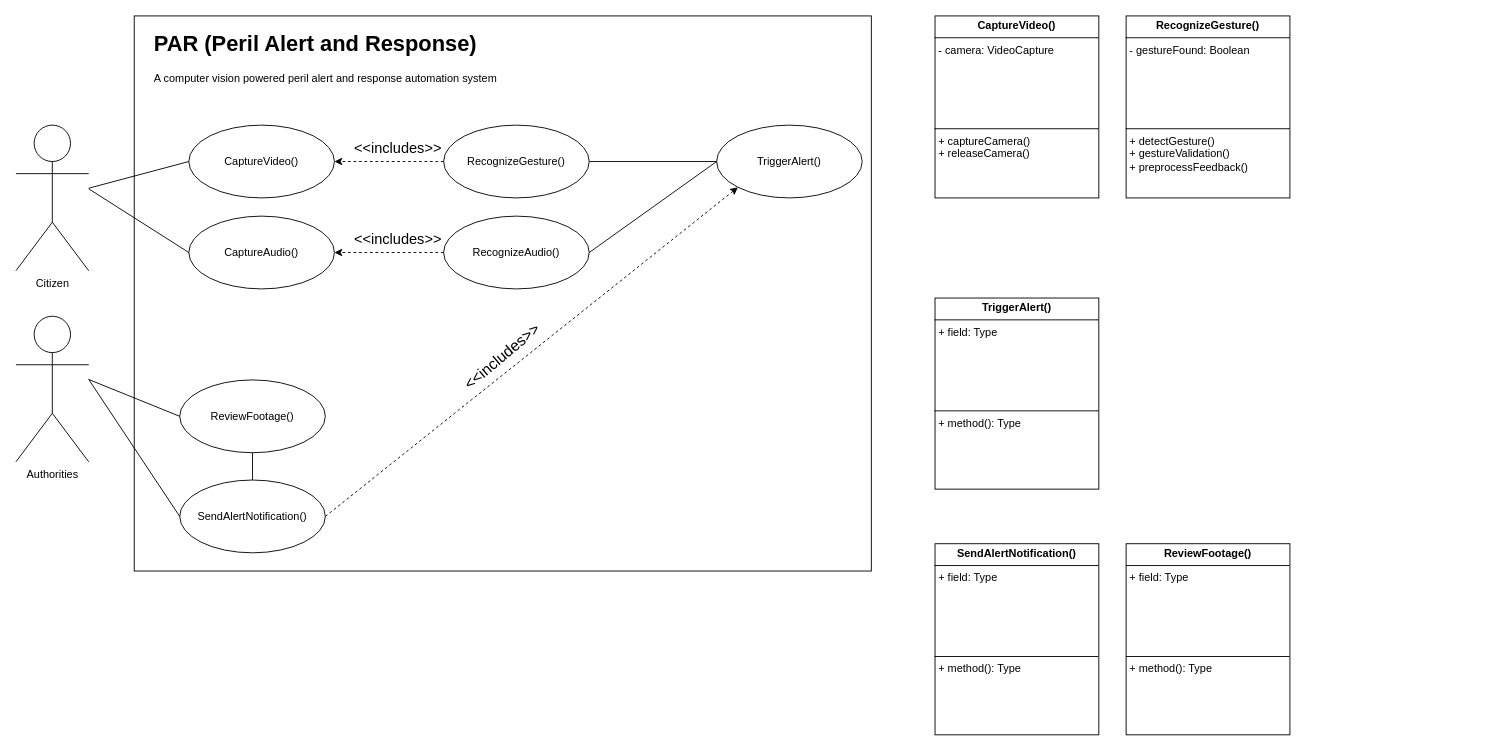
The draw.io diagram Untitled Diagram.drawio in HansongProgramming/randomProjects, before the edit. Source tidied: cells renumbered, new cells numbered last; positions are measured from the earlier drawing's top-left corner, leaving out a move shared by most shapes. Both pictures are drawn from the tidied source at 91%, with x=0, y=0 at pixel (15, 15).
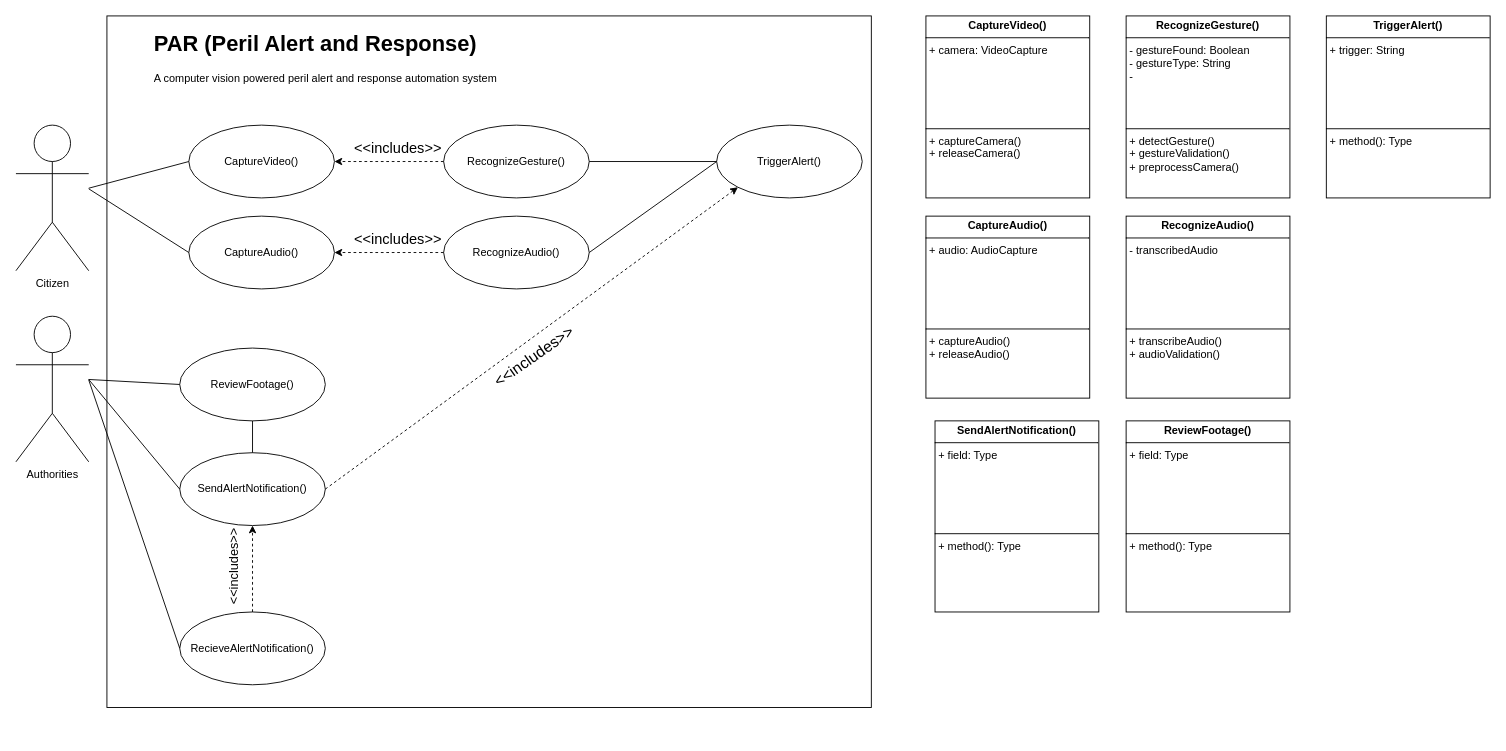
The same diagram, later.

What changed in the source:
```diff
@@
     <mxCell id="2" style="rounded=0;whiteSpace=wrap;html=1;" parent="1" vertex="1">
-      <mxGeometry x="130" width="810" height="610" as="geometry" />
+      <mxGeometry x="100" width="840" height="760" as="geometry" />
     </mxCell>
@@
     <mxCell id="8" value="SendAlertNotification()" style="ellipse;whiteSpace=wrap;html=1;" parent="1" vertex="1">
-      <mxGeometry x="180" y="510" width="160" height="80" as="geometry" />
+      <mxGeometry x="180" y="480" width="160" height="80" as="geometry" />
     </mxCell>
     <mxCell id="9" value="ReviewFootage()" style="ellipse;whiteSpace=wrap;html=1;" parent="1" vertex="1">
-      <mxGeometry x="180" y="400" width="160" height="80" as="geometry" />
+      <mxGeometry x="180" y="365" width="160" height="80" as="geometry" />
     </mxCell>
@@
-    <mxCell id="14" value="&lt;font style=&quot;font-size: 17px;&quot;&gt;&amp;lt;&amp;lt;includes&amp;gt;&amp;gt;&lt;/font&gt;" style="text;html=1;align=center;verticalAlign=middle;whiteSpace=wrap;rounded=0;rotation=-40;" parent="1" vertex="1">
-      <mxGeometry x="505" y="360" width="60" height="30" as="geometry" />
+    <mxCell id="14" value="&lt;font style=&quot;font-size: 17px;&quot;&gt;&amp;lt;&amp;lt;includes&amp;gt;&amp;gt;&lt;/font&gt;" style="text;html=1;align=center;verticalAlign=middle;whiteSpace=wrap;rounded=0;rotation=-35;" parent="1" vertex="1">
+      <mxGeometry x="540" y="360" width="60" height="30" as="geometry" />
     </mxCell>
@@
-    <mxCell id="20" value="&lt;p style=&quot;margin:0px;margin-top:4px;text-align:center;&quot;&gt;&lt;b&gt;CaptureVideo()&lt;/b&gt;&lt;/p&gt;&lt;hr size=&quot;1&quot; style=&quot;border-style:solid;&quot;&gt;&lt;p style=&quot;margin:0px;margin-left:4px;&quot;&gt;- camera: VideoCapture&lt;/p&gt;&lt;p style=&quot;margin:0px;margin-left:4px;&quot;&gt;&lt;br&gt;&lt;/p&gt;&lt;p style=&quot;margin:0px;margin-left:4px;&quot;&gt;&lt;br&gt;&lt;/p&gt;&lt;p style=&quot;margin:0px;margin-left:4px;&quot;&gt;&lt;br&gt;&lt;/p&gt;&lt;p style=&quot;margin:0px;margin-left:4px;&quot;&gt;&lt;br&gt;&lt;/p&gt;&lt;p style=&quot;margin:0px;margin-left:4px;&quot;&gt;&lt;br&gt;&lt;/p&gt;&lt;hr size=&quot;1&quot; style=&quot;border-style:solid;&quot;&gt;&lt;p style=&quot;margin:0px;margin-left:4px;&quot;&gt;+ captureCamera()&lt;/p&gt;&lt;p style=&quot;margin:0px;margin-left:4px;&quot;&gt;+ releaseCamera()&lt;/p&gt;&lt;p style=&quot;margin:0px;margin-left:4px;&quot;&gt;&lt;br&gt;&lt;/p&gt;" style="verticalAlign=top;align=left;overflow=fill;html=1;whiteSpace=wrap;" parent="1" vertex="1">
-      <mxGeometry x="1010" width="180" height="200" as="geometry" />
+    <mxCell id="20" value="&lt;p style=&quot;margin:0px;margin-top:4px;text-align:center;&quot;&gt;&lt;b&gt;CaptureVideo()&lt;/b&gt;&lt;/p&gt;&lt;hr size=&quot;1&quot; style=&quot;border-style:solid;&quot;&gt;&lt;p style=&quot;margin:0px;margin-left:4px;&quot;&gt;+ camera: VideoCapture&lt;/p&gt;&lt;p style=&quot;margin:0px;margin-left:4px;&quot;&gt;&lt;br&gt;&lt;/p&gt;&lt;p style=&quot;margin:0px;margin-left:4px;&quot;&gt;&lt;br&gt;&lt;/p&gt;&lt;p style=&quot;margin:0px;margin-left:4px;&quot;&gt;&lt;br&gt;&lt;/p&gt;&lt;p style=&quot;margin:0px;margin-left:4px;&quot;&gt;&lt;br&gt;&lt;/p&gt;&lt;p style=&quot;margin:0px;margin-left:4px;&quot;&gt;&lt;br&gt;&lt;/p&gt;&lt;hr size=&quot;1&quot; style=&quot;border-style:solid;&quot;&gt;&lt;p style=&quot;margin:0px;margin-left:4px;&quot;&gt;+ captureCamera()&lt;/p&gt;&lt;p style=&quot;margin:0px;margin-left:4px;&quot;&gt;+ releaseCamera()&lt;/p&gt;&lt;p style=&quot;margin:0px;margin-left:4px;&quot;&gt;&lt;br&gt;&lt;/p&gt;" style="verticalAlign=top;align=left;overflow=fill;html=1;whiteSpace=wrap;" parent="1" vertex="1">
+      <mxGeometry x="1000" width="180" height="200" as="geometry" />
     </mxCell>
-    <mxCell id="21" value="&lt;p style=&quot;margin:0px;margin-top:4px;text-align:center;&quot;&gt;&lt;b&gt;RecognizeGesture()&lt;/b&gt;&lt;/p&gt;&lt;hr size=&quot;1&quot; style=&quot;border-style:solid;&quot;&gt;&lt;p style=&quot;margin:0px;margin-left:4px;&quot;&gt;- gestureFound: Boolean&lt;/p&gt;&lt;p style=&quot;margin:0px;margin-left:4px;&quot;&gt;&lt;br&gt;&lt;/p&gt;&lt;p style=&quot;margin:0px;margin-left:4px;&quot;&gt;&lt;br&gt;&lt;/p&gt;&lt;p style=&quot;margin:0px;margin-left:4px;&quot;&gt;&lt;br&gt;&lt;/p&gt;&lt;p style=&quot;margin:0px;margin-left:4px;&quot;&gt;&lt;br&gt;&lt;/p&gt;&lt;p style=&quot;margin:0px;margin-left:4px;&quot;&gt;&lt;br&gt;&lt;/p&gt;&lt;hr size=&quot;1&quot; style=&quot;border-style:solid;&quot;&gt;&lt;p style=&quot;margin:0px;margin-left:4px;&quot;&gt;+ detectGesture()&lt;/p&gt;&lt;p style=&quot;margin:0px;margin-left:4px;&quot;&gt;+ gestureValidation()&lt;/p&gt;&lt;p style=&quot;margin:0px;margin-left:4px;&quot;&gt;+ preprocessFeedback()&lt;/p&gt;" style="verticalAlign=top;align=left;overflow=fill;html=1;whiteSpace=wrap;" parent="1" vertex="1">
+    <mxCell id="21" value="&lt;p style=&quot;margin:0px;margin-top:4px;text-align:center;&quot;&gt;&lt;b&gt;RecognizeGesture()&lt;/b&gt;&lt;/p&gt;&lt;hr size=&quot;1&quot; style=&quot;border-style:solid;&quot;&gt;&lt;p style=&quot;margin:0px;margin-left:4px;&quot;&gt;- gestureFound: Boolean&lt;/p&gt;&lt;p style=&quot;margin:0px;margin-left:4px;&quot;&gt;- gestureType: String&lt;/p&gt;&lt;p style=&quot;margin:0px;margin-left:4px;&quot;&gt;-&amp;nbsp;&lt;/p&gt;&lt;p style=&quot;margin:0px;margin-left:4px;&quot;&gt;&lt;br&gt;&lt;/p&gt;&lt;p style=&quot;margin:0px;margin-left:4px;&quot;&gt;&lt;br&gt;&lt;/p&gt;&lt;p style=&quot;margin:0px;margin-left:4px;&quot;&gt;&lt;br&gt;&lt;/p&gt;&lt;hr size=&quot;1&quot; style=&quot;border-style:solid;&quot;&gt;&lt;p style=&quot;margin:0px;margin-left:4px;&quot;&gt;+ detectGesture()&lt;/p&gt;&lt;p style=&quot;margin:0px;margin-left:4px;&quot;&gt;+ gestureValidation()&lt;/p&gt;&lt;p style=&quot;margin:0px;margin-left:4px;&quot;&gt;+ preprocessCamera()&lt;/p&gt;" style="verticalAlign=top;align=left;overflow=fill;html=1;whiteSpace=wrap;" parent="1" vertex="1">
       <mxGeometry x="1220" width="180" height="200" as="geometry" />
     </mxCell>
-    <mxCell id="22" value="&lt;p style=&quot;margin:0px;margin-top:4px;text-align:center;&quot;&gt;&lt;b&gt;TriggerAlert()&lt;/b&gt;&lt;/p&gt;&lt;hr size=&quot;1&quot; style=&quot;border-style:solid;&quot;&gt;&lt;p style=&quot;margin:0px;margin-left:4px;&quot;&gt;+ field: Type&lt;/p&gt;&lt;p style=&quot;margin:0px;margin-left:4px;&quot;&gt;&lt;br&gt;&lt;/p&gt;&lt;p style=&quot;margin:0px;margin-left:4px;&quot;&gt;&lt;br&gt;&lt;/p&gt;&lt;p style=&quot;margin:0px;margin-left:4px;&quot;&gt;&lt;br&gt;&lt;/p&gt;&lt;p style=&quot;margin:0px;margin-left:4px;&quot;&gt;&lt;br&gt;&lt;/p&gt;&lt;p style=&quot;margin:0px;margin-left:4px;&quot;&gt;&lt;br&gt;&lt;/p&gt;&lt;hr size=&quot;1&quot; style=&quot;border-style:solid;&quot;&gt;&lt;p style=&quot;margin:0px;margin-left:4px;&quot;&gt;+ method(): Type&lt;/p&gt;" style="verticalAlign=top;align=left;overflow=fill;html=1;whiteSpace=wrap;" parent="1" vertex="1">
-      <mxGeometry x="1010" y="310" width="180" height="210" as="geometry" />
+    <mxCell id="22" value="&lt;p style=&quot;margin:0px;margin-top:4px;text-align:center;&quot;&gt;&lt;b&gt;TriggerAlert()&lt;/b&gt;&lt;/p&gt;&lt;hr size=&quot;1&quot; style=&quot;border-style:solid;&quot;&gt;&lt;p style=&quot;margin:0px;margin-left:4px;&quot;&gt;+ trigger: String&lt;/p&gt;&lt;p style=&quot;margin:0px;margin-left:4px;&quot;&gt;&lt;br&gt;&lt;/p&gt;&lt;p style=&quot;margin:0px;margin-left:4px;&quot;&gt;&lt;br&gt;&lt;/p&gt;&lt;p style=&quot;margin:0px;margin-left:4px;&quot;&gt;&lt;br&gt;&lt;/p&gt;&lt;p style=&quot;margin:0px;margin-left:4px;&quot;&gt;&lt;br&gt;&lt;/p&gt;&lt;p style=&quot;margin:0px;margin-left:4px;&quot;&gt;&lt;br&gt;&lt;/p&gt;&lt;hr size=&quot;1&quot; style=&quot;border-style:solid;&quot;&gt;&lt;p style=&quot;margin:0px;margin-left:4px;&quot;&gt;+ method(): Type&lt;/p&gt;" style="verticalAlign=top;align=left;overflow=fill;html=1;whiteSpace=wrap;" parent="1" vertex="1">
+      <mxGeometry x="1440" width="180" height="200" as="geometry" />
     </mxCell>
     <mxCell id="23" value="&lt;p style=&quot;margin:0px;margin-top:4px;text-align:center;&quot;&gt;&lt;b&gt;ReviewFootage()&lt;/b&gt;&lt;/p&gt;&lt;hr size=&quot;1&quot; style=&quot;border-style:solid;&quot;&gt;&lt;p style=&quot;margin:0px;margin-left:4px;&quot;&gt;+ field: Type&lt;/p&gt;&lt;p style=&quot;margin:0px;margin-left:4px;&quot;&gt;&lt;br&gt;&lt;/p&gt;&lt;p style=&quot;margin:0px;margin-left:4px;&quot;&gt;&lt;br&gt;&lt;/p&gt;&lt;p style=&quot;margin:0px;margin-left:4px;&quot;&gt;&lt;br&gt;&lt;/p&gt;&lt;p style=&quot;margin:0px;margin-left:4px;&quot;&gt;&lt;br&gt;&lt;/p&gt;&lt;p style=&quot;margin:0px;margin-left:4px;&quot;&gt;&lt;br&gt;&lt;/p&gt;&lt;hr size=&quot;1&quot; style=&quot;border-style:solid;&quot;&gt;&lt;p style=&quot;margin:0px;margin-left:4px;&quot;&gt;+ method(): Type&lt;/p&gt;" style="verticalAlign=top;align=left;overflow=fill;html=1;whiteSpace=wrap;" parent="1" vertex="1">
-      <mxGeometry x="1220" y="580" width="180" height="210" as="geometry" />
+      <mxGeometry x="1220" y="445" width="180" height="210" as="geometry" />
     </mxCell>
     <mxCell id="24" value="&lt;p style=&quot;margin:0px;margin-top:4px;text-align:center;&quot;&gt;&lt;b&gt;SendAlertNotification()&lt;/b&gt;&lt;/p&gt;&lt;hr size=&quot;1&quot; style=&quot;border-style:solid;&quot;&gt;&lt;p style=&quot;margin:0px;margin-left:4px;&quot;&gt;+ field: Type&lt;/p&gt;&lt;p style=&quot;margin:0px;margin-left:4px;&quot;&gt;&lt;br&gt;&lt;/p&gt;&lt;p style=&quot;margin:0px;margin-left:4px;&quot;&gt;&lt;br&gt;&lt;/p&gt;&lt;p style=&quot;margin:0px;margin-left:4px;&quot;&gt;&lt;br&gt;&lt;/p&gt;&lt;p style=&quot;margin:0px;margin-left:4px;&quot;&gt;&lt;br&gt;&lt;/p&gt;&lt;p style=&quot;margin:0px;margin-left:4px;&quot;&gt;&lt;br&gt;&lt;/p&gt;&lt;hr size=&quot;1&quot; style=&quot;border-style:solid;&quot;&gt;&lt;p style=&quot;margin:0px;margin-left:4px;&quot;&gt;+ method(): Type&lt;/p&gt;" style="verticalAlign=top;align=left;overflow=fill;html=1;whiteSpace=wrap;" parent="1" vertex="1">
-      <mxGeometry x="1010" y="580" width="180" height="210" as="geometry" />
+      <mxGeometry x="1010" y="445" width="180" height="210" as="geometry" />
     </mxCell>
@@
+    <mxCell id="31" value="&lt;p style=&quot;margin:0px;margin-top:4px;text-align:center;&quot;&gt;&lt;b&gt;CaptureAudio()&lt;/b&gt;&lt;/p&gt;&lt;hr size=&quot;1&quot; style=&quot;border-style:solid;&quot;&gt;&lt;p style=&quot;margin:0px;margin-left:4px;&quot;&gt;+ audio: AudioCapture&lt;/p&gt;&lt;p style=&quot;margin:0px;margin-left:4px;&quot;&gt;&lt;br&gt;&lt;/p&gt;&lt;p style=&quot;margin:0px;margin-left:4px;&quot;&gt;&lt;br&gt;&lt;/p&gt;&lt;p style=&quot;margin:0px;margin-left:4px;&quot;&gt;&lt;br&gt;&lt;/p&gt;&lt;p style=&quot;margin:0px;margin-left:4px;&quot;&gt;&lt;br&gt;&lt;/p&gt;&lt;p style=&quot;margin:0px;margin-left:4px;&quot;&gt;&lt;br&gt;&lt;/p&gt;&lt;hr size=&quot;1&quot; style=&quot;border-style:solid;&quot;&gt;&lt;p style=&quot;margin:0px;margin-left:4px;&quot;&gt;+ captureAudio()&lt;/p&gt;&lt;p style=&quot;margin:0px;margin-left:4px;&quot;&gt;+ releaseAudio()&lt;/p&gt;&lt;p style=&quot;margin:0px;margin-left:4px;&quot;&gt;&lt;br&gt;&lt;/p&gt;" style="verticalAlign=top;align=left;overflow=fill;html=1;whiteSpace=wrap;" parent="1" vertex="1">
+      <mxGeometry x="1000" y="220" width="180" height="200" as="geometry" />
+    </mxCell>
+    <mxCell id="32" value="&lt;p style=&quot;margin:0px;margin-top:4px;text-align:center;&quot;&gt;&lt;b&gt;RecognizeAudio()&lt;/b&gt;&lt;/p&gt;&lt;hr size=&quot;1&quot; style=&quot;border-style:solid;&quot;&gt;&lt;p style=&quot;margin:0px;margin-left:4px;&quot;&gt;- transcribedAudio&lt;/p&gt;&lt;p style=&quot;margin:0px;margin-left:4px;&quot;&gt;&lt;br&gt;&lt;/p&gt;&lt;p style=&quot;margin:0px;margin-left:4px;&quot;&gt;&lt;br&gt;&lt;/p&gt;&lt;p style=&quot;margin:0px;margin-left:4px;&quot;&gt;&lt;br&gt;&lt;/p&gt;&lt;p style=&quot;margin:0px;margin-left:4px;&quot;&gt;&lt;br&gt;&lt;/p&gt;&lt;p style=&quot;margin:0px;margin-left:4px;&quot;&gt;&lt;br&gt;&lt;/p&gt;&lt;hr size=&quot;1&quot; style=&quot;border-style:solid;&quot;&gt;&lt;p style=&quot;margin:0px;margin-left:4px;&quot;&gt;+ transcribeAudio()&lt;/p&gt;&lt;p style=&quot;margin:0px;margin-left:4px;&quot;&gt;+ audioValidation()&lt;/p&gt;&lt;p style=&quot;margin:0px;margin-left:4px;&quot;&gt;&lt;br&gt;&lt;/p&gt;" style="verticalAlign=top;align=left;overflow=fill;html=1;whiteSpace=wrap;" parent="1" vertex="1">
+      <mxGeometry x="1220" y="220" width="180" height="200" as="geometry" />
+    </mxCell>
+    <mxCell id="33" value="RecieveAlertNotification()" style="ellipse;whiteSpace=wrap;html=1;" parent="1" vertex="1">
+      <mxGeometry x="180" y="655" width="160" height="80" as="geometry" />
+    </mxCell>
+    <mxCell id="34" style="endArrow=none;html=1;rounded=0;entryX=0;entryY=0.5;entryDx=0;entryDy=0;" parent="1" edge="1" target="33">
+      <mxGeometry relative="1" as="geometry">
+        <mxPoint x="80" y="400" as="sourcePoint" />
+      </mxGeometry>
+    </mxCell>
+    <mxCell id="35" style="endArrow=classic;html=1;rounded=0;dashed=1;exitX=0.5;exitY=0;exitDx=0;exitDy=0;entryX=0.5;entryY=1;entryDx=0;entryDy=0;" parent="1" edge="1" source="33" target="8">
+      <mxGeometry relative="1" as="geometry" />
+    </mxCell>
+    <mxCell id="36" value="&lt;font style=&quot;font-size: 14px;&quot;&gt;&amp;lt;&amp;lt;includes&amp;gt;&amp;gt;&lt;/font&gt;" style="text;html=1;align=center;verticalAlign=middle;whiteSpace=wrap;rounded=0;rotation=-90;" parent="1" vertex="1">
+      <mxGeometry x="210" y="590" width="60" height="30" as="geometry" />
+    </mxCell>
```
